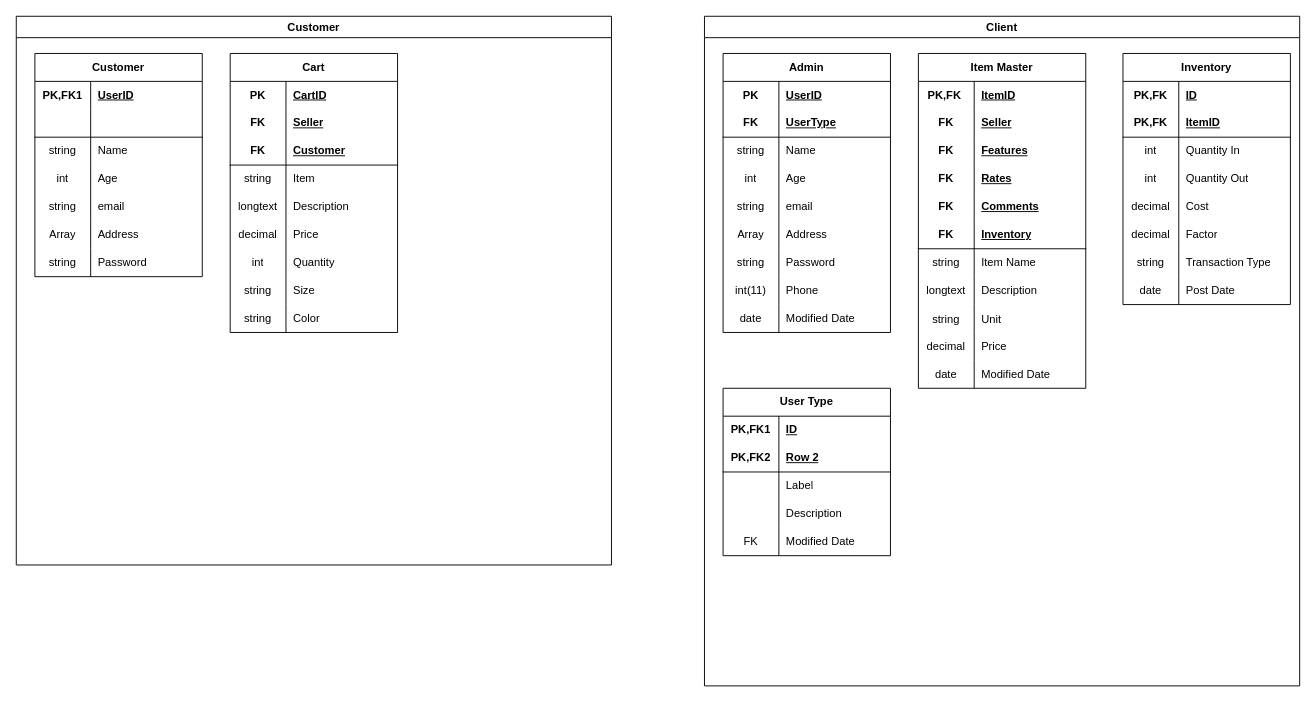
Above: Untitled Diagram.drawio in clydeaaron/ERD (draw.io), before the change. Source tidied: cells renumbered, new cells numbered last; positions are measured from the earlier drawing's top-left corner, leaving out a move shared by most shapes. Both pictures are drawn from the tidied source at 93%, with x=0, y=0 at pixel (16, 16).
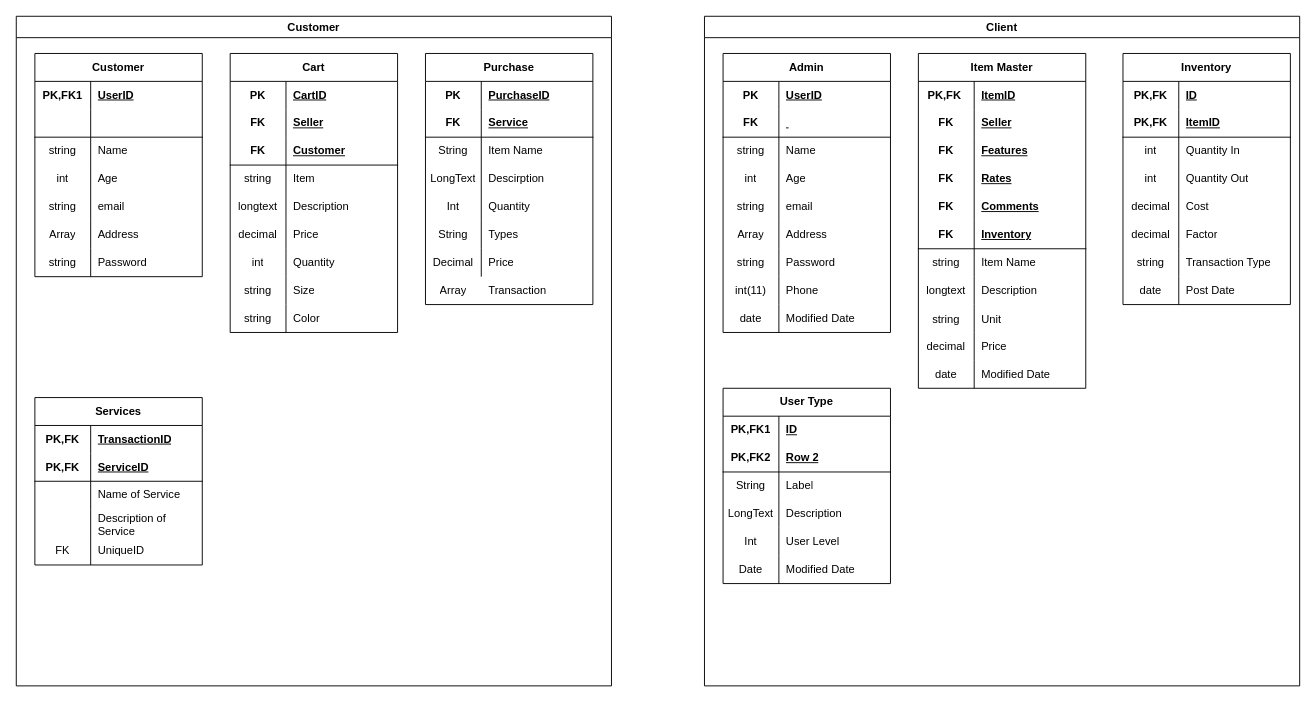
The same diagram, later.

The change refers to these unchanged cells:
```xml
<mxCell id="53" value="Client" style="swimlane;whiteSpace=wrap;html=1;fillColor=#FFFFFF;" parent="1" vertex="1">
  <mxGeometry x="740" width="640" height="720" as="geometry" />
</mxCell>
<mxCell id="58" style="shape=tableRow;horizontal=0;startSize=0;swimlaneHead=0;swimlaneBody=0;fillColor=none;top=0;left=0;right=0;bottom=1;html=1;" parent="54" vertex="1">
  <mxGeometry y="60" width="180" height="30" as="geometry" />
</mxCell>
<mxCell id="148" style="shape=tableRow;horizontal=0;startSize=0;swimlaneHead=0;swimlaneBody=0;fillColor=none;top=0;left=0;right=0;bottom=0;html=1;" parent="141" vertex="1">
  <mxGeometry y="90" width="180" height="30" as="geometry" />
</mxCell>
<mxCell id="151" style="shape=tableRow;horizontal=0;startSize=0;swimlaneHead=0;swimlaneBody=0;fillColor=none;top=0;left=0;right=0;bottom=0;html=1;" parent="141" vertex="1">
  <mxGeometry y="120" width="180" height="30" as="geometry" />
</mxCell>
```

Diff of the diagram source:
```diff
@@
     <mxCell id="2" value="Customer" style="swimlane;whiteSpace=wrap;html=1;fillColor=#FFFFFF;" parent="1" vertex="1">
-      <mxGeometry width="640" height="590" as="geometry" />
+      <mxGeometry width="640" height="720" as="geometry" />
     </mxCell>
@@
+    <mxCell id="157" value="Purchase" style="shape=table;startSize=30;childLayout=tableLayout;rowLines=0;fontStyle=1;align=center;html=1;whiteSpace=wrap;" parent="2" vertex="1">
+      <mxGeometry x="440" y="40" width="180" height="270" as="geometry" />
+    </mxCell>
+    <mxCell id="158" style="shape=tableRow;horizontal=0;startSize=0;swimlaneHead=0;swimlaneBody=0;fillColor=none;top=0;left=0;right=0;bottom=0;html=1;" parent="157" vertex="1">
+      <mxGeometry y="30" width="180" height="30" as="geometry" />
+    </mxCell>
+    <mxCell id="159" value="PK" style="shape=partialRectangle;fillColor=none;top=0;left=0;bottom=0;right=0;fontStyle=1;overflow=hidden;html=1;whiteSpace=wrap;" parent="158" vertex="1">
+      <mxGeometry width="60" height="30" as="geometry" />
+    </mxCell>
+    <mxCell id="160" value="PurchaseID" style="shape=partialRectangle;fillColor=none;top=0;left=0;bottom=0;right=0;align=left;spacingLeft=6;fontStyle=5;overflow=hidden;html=1;whiteSpace=wrap;" parent="158" vertex="1">
+      <mxGeometry x="60" width="120" height="30" as="geometry" />
+    </mxCell>
+    <mxCell id="161" style="shape=tableRow;horizontal=0;startSize=0;swimlaneHead=0;swimlaneBody=0;fillColor=none;top=0;left=0;right=0;bottom=1;html=1;" parent="157" vertex="1">
+      <mxGeometry y="60" width="180" height="30" as="geometry" />
+    </mxCell>
+    <mxCell id="162" value="FK" style="shape=partialRectangle;fillColor=none;top=0;left=0;bottom=0;right=0;fontStyle=1;overflow=hidden;html=1;whiteSpace=wrap;" parent="161" vertex="1">
+      <mxGeometry width="60" height="30" as="geometry" />
+    </mxCell>
+    <mxCell id="163" value="Service" style="shape=partialRectangle;fillColor=none;top=0;left=0;bottom=0;right=0;align=left;spacingLeft=6;fontStyle=5;overflow=hidden;html=1;whiteSpace=wrap;" parent="161" vertex="1">
+      <mxGeometry x="60" width="120" height="30" as="geometry" />
+    </mxCell>
+    <mxCell id="164" style="shape=tableRow;horizontal=0;startSize=0;swimlaneHead=0;swimlaneBody=0;fillColor=none;top=0;left=0;right=0;bottom=0;html=1;" parent="157" vertex="1">
+      <mxGeometry y="90" width="180" height="30" as="geometry" />
+    </mxCell>
+    <mxCell id="165" value="String" style="shape=partialRectangle;fillColor=none;top=0;left=0;bottom=0;right=0;overflow=hidden;html=1;whiteSpace=wrap;" parent="164" vertex="1">
+      <mxGeometry width="60" height="30" as="geometry" />
+    </mxCell>
+    <mxCell id="166" value="Item Name&lt;span style=&quot;white-space: pre;&quot;&gt;&#9;&lt;/span&gt;" style="shape=partialRectangle;fillColor=none;top=0;left=0;bottom=0;right=0;align=left;spacingLeft=6;overflow=hidden;html=1;whiteSpace=wrap;" parent="164" vertex="1">
+      <mxGeometry x="60" width="120" height="30" as="geometry" />
+    </mxCell>
+    <mxCell id="167" style="shape=tableRow;horizontal=0;startSize=0;swimlaneHead=0;swimlaneBody=0;fillColor=none;top=0;left=0;right=0;bottom=0;html=1;" parent="157" vertex="1">
+      <mxGeometry y="120" width="180" height="30" as="geometry" />
+    </mxCell>
+    <mxCell id="168" value="LongText" style="shape=partialRectangle;fillColor=none;top=0;left=0;bottom=0;right=0;overflow=hidden;html=1;whiteSpace=wrap;" parent="167" vertex="1">
+      <mxGeometry width="60" height="30" as="geometry" />
+    </mxCell>
+    <mxCell id="169" value="Descirption" style="shape=partialRectangle;fillColor=none;top=0;left=0;bottom=0;right=0;align=left;spacingLeft=6;overflow=hidden;html=1;whiteSpace=wrap;" parent="167" vertex="1">
+      <mxGeometry x="60" width="120" height="30" as="geometry" />
+    </mxCell>
+    <mxCell id="170" style="shape=tableRow;horizontal=0;startSize=0;swimlaneHead=0;swimlaneBody=0;fillColor=none;top=0;left=0;right=0;bottom=0;" parent="157" vertex="1">
+      <mxGeometry y="150" width="180" height="30" as="geometry" />
+    </mxCell>
+    <mxCell id="171" value="Int" style="shape=partialRectangle;fillColor=none;top=0;left=0;bottom=0;right=0;fontStyle=0;overflow=hidden;whiteSpace=wrap;html=1;" parent="170" vertex="1">
+      <mxGeometry width="60" height="30" as="geometry" />
+    </mxCell>
+    <mxCell id="172" value="Quantity" style="shape=partialRectangle;fillColor=none;top=0;left=0;bottom=0;right=0;align=left;spacingLeft=6;fontStyle=0;overflow=hidden;whiteSpace=wrap;html=1;" parent="170" vertex="1">
+      <mxGeometry x="60" width="120" height="30" as="geometry" />
+    </mxCell>
+    <mxCell id="173" style="shape=tableRow;horizontal=0;startSize=0;swimlaneHead=0;swimlaneBody=0;fillColor=none;top=0;left=0;right=0;bottom=0;" parent="157" vertex="1">
+      <mxGeometry y="180" width="180" height="30" as="geometry" />
+    </mxCell>
+    <mxCell id="174" value="String" style="shape=partialRectangle;fillColor=none;top=0;left=0;bottom=0;right=0;fontStyle=0;overflow=hidden;whiteSpace=wrap;html=1;" parent="173" vertex="1">
+      <mxGeometry width="60" height="30" as="geometry" />
+    </mxCell>
+    <mxCell id="175" value="Types" style="shape=partialRectangle;fillColor=none;top=0;left=0;bottom=0;right=0;align=left;spacingLeft=6;fontStyle=0;overflow=hidden;whiteSpace=wrap;html=1;" parent="173" vertex="1">
+      <mxGeometry x="60" width="120" height="30" as="geometry" />
+    </mxCell>
+    <mxCell id="176" style="shape=tableRow;horizontal=0;startSize=0;swimlaneHead=0;swimlaneBody=0;fillColor=none;top=0;left=0;right=0;bottom=0;" parent="157" vertex="1">
+      <mxGeometry y="210" width="180" height="30" as="geometry" />
+    </mxCell>
+    <mxCell id="177" value="Decimal" style="shape=partialRectangle;fillColor=none;top=0;left=0;bottom=0;right=0;fontStyle=0;overflow=hidden;whiteSpace=wrap;html=1;" parent="176" vertex="1">
+      <mxGeometry width="60" height="30" as="geometry" />
+    </mxCell>
+    <mxCell id="178" value="Price" style="shape=partialRectangle;fillColor=none;top=0;left=0;bottom=0;right=0;align=left;spacingLeft=6;fontStyle=0;overflow=hidden;whiteSpace=wrap;html=1;" parent="176" vertex="1">
+      <mxGeometry x="60" width="120" height="30" as="geometry" />
+    </mxCell>
+    <mxCell id="179" value="Services" style="shape=table;startSize=30;childLayout=tableLayout;rowLines=0;fontStyle=1;align=center;html=1;whiteSpace=wrap;" parent="2" vertex="1">
+      <mxGeometry x="20" y="410" width="180" height="180" as="geometry" />
+    </mxCell>
+    <mxCell id="180" style="shape=tableRow;horizontal=0;startSize=0;swimlaneHead=0;swimlaneBody=0;fillColor=none;top=0;left=0;right=0;bottom=0;html=1;" parent="179" vertex="1">
+      <mxGeometry y="30" width="180" height="30" as="geometry" />
+    </mxCell>
+    <mxCell id="181" value="PK,FK" style="shape=partialRectangle;fillColor=none;top=0;left=0;bottom=0;right=0;fontStyle=1;overflow=hidden;html=1;whiteSpace=wrap;" parent="180" vertex="1">
+      <mxGeometry width="60" height="30" as="geometry" />
+    </mxCell>
+    <mxCell id="182" value="TransactionID" style="shape=partialRectangle;fillColor=none;top=0;left=0;bottom=0;right=0;align=left;spacingLeft=6;fontStyle=5;overflow=hidden;html=1;whiteSpace=wrap;" parent="180" vertex="1">
+      <mxGeometry x="60" width="120" height="30" as="geometry" />
+    </mxCell>
+    <mxCell id="183" style="shape=tableRow;horizontal=0;startSize=0;swimlaneHead=0;swimlaneBody=0;fillColor=none;top=0;left=0;right=0;bottom=1;html=1;" parent="179" vertex="1">
+      <mxGeometry y="60" width="180" height="30" as="geometry" />
+    </mxCell>
+    <mxCell id="184" value="PK,FK" style="shape=partialRectangle;fillColor=none;top=0;left=0;bottom=0;right=0;fontStyle=1;overflow=hidden;html=1;whiteSpace=wrap;" parent="183" vertex="1">
+      <mxGeometry width="60" height="30" as="geometry" />
+    </mxCell>
+    <mxCell id="185" value="ServiceID" style="shape=partialRectangle;fillColor=none;top=0;left=0;bottom=0;right=0;align=left;spacingLeft=6;fontStyle=5;overflow=hidden;html=1;whiteSpace=wrap;" parent="183" vertex="1">
+      <mxGeometry x="60" width="120" height="30" as="geometry" />
+    </mxCell>
+    <mxCell id="186" style="shape=tableRow;horizontal=0;startSize=0;swimlaneHead=0;swimlaneBody=0;fillColor=none;top=0;left=0;right=0;bottom=0;html=1;" parent="179" vertex="1">
+      <mxGeometry y="90" width="180" height="30" as="geometry" />
+    </mxCell>
+    <mxCell id="187" style="shape=partialRectangle;fillColor=none;top=0;left=0;bottom=0;right=0;overflow=hidden;html=1;whiteSpace=wrap;" parent="186" vertex="1">
+      <mxGeometry width="60" height="30" as="geometry" />
+    </mxCell>
+    <mxCell id="188" value="Name of Service" style="shape=partialRectangle;fillColor=none;top=0;left=0;bottom=0;right=0;align=left;spacingLeft=6;overflow=hidden;html=1;whiteSpace=wrap;" parent="186" vertex="1">
+      <mxGeometry x="60" width="120" height="30" as="geometry" />
+    </mxCell>
+    <mxCell id="189" style="shape=tableRow;horizontal=0;startSize=0;swimlaneHead=0;swimlaneBody=0;fillColor=none;top=0;left=0;right=0;bottom=0;html=1;" parent="179" vertex="1">
+      <mxGeometry y="120" width="180" height="30" as="geometry" />
+    </mxCell>
+    <mxCell id="190" style="shape=partialRectangle;fillColor=none;top=0;left=0;bottom=0;right=0;overflow=hidden;html=1;whiteSpace=wrap;" parent="189" vertex="1">
+      <mxGeometry width="60" height="30" as="geometry" />
+    </mxCell>
+    <mxCell id="191" value="Description of Service" style="shape=partialRectangle;fillColor=none;top=0;left=0;bottom=0;right=0;align=left;spacingLeft=6;overflow=hidden;html=1;whiteSpace=wrap;" parent="189" vertex="1">
+      <mxGeometry x="60" width="120" height="30" as="geometry" />
+    </mxCell>
+    <mxCell id="192" style="shape=tableRow;horizontal=0;startSize=0;swimlaneHead=0;swimlaneBody=0;fillColor=none;top=0;left=0;right=0;bottom=0;" parent="179" vertex="1">
+      <mxGeometry y="150" width="180" height="30" as="geometry" />
+    </mxCell>
+    <mxCell id="193" value="FK" style="shape=partialRectangle;fillColor=none;top=0;left=0;bottom=0;right=0;fontStyle=0;overflow=hidden;whiteSpace=wrap;html=1;" parent="192" vertex="1">
+      <mxGeometry width="60" height="30" as="geometry" />
+    </mxCell>
+    <mxCell id="194" value="UniqueID" style="shape=partialRectangle;fillColor=none;top=0;left=0;bottom=0;right=0;align=left;spacingLeft=6;fontStyle=0;overflow=hidden;whiteSpace=wrap;html=1;" parent="192" vertex="1">
+      <mxGeometry x="60" width="120" height="30" as="geometry" />
+    </mxCell>
@@
-    <mxCell id="60" value="UserType" style="shape=partialRectangle;fillColor=none;top=0;left=0;bottom=0;right=0;align=left;spacingLeft=6;fontStyle=5;overflow=hidden;html=1;whiteSpace=wrap;" parent="58" vertex="1">
+    <mxCell id="60" value="&amp;nbsp;" style="shape=partialRectangle;fillColor=none;top=0;left=0;bottom=0;right=0;align=left;spacingLeft=6;fontStyle=5;overflow=hidden;html=1;whiteSpace=wrap;" parent="58" vertex="1">
       <mxGeometry x="60" width="120" height="30" as="geometry" />
     </mxCell>
@@
     <mxCell id="141" value="User Type" style="shape=table;startSize=30;childLayout=tableLayout;rowLines=0;fontStyle=1;align=center;html=1;whiteSpace=wrap;" parent="53" vertex="1">
-      <mxGeometry x="20" y="400" width="180" height="180" as="geometry" />
+      <mxGeometry x="20" y="400" width="180" height="210" as="geometry" />
     </mxCell>
@@
-    <mxCell id="149" style="shape=partialRectangle;fillColor=none;top=0;left=0;bottom=0;right=0;overflow=hidden;html=1;whiteSpace=wrap;" parent="148" vertex="1">
+    <mxCell id="149" value="String" style="shape=partialRectangle;fillColor=none;top=0;left=0;bottom=0;right=0;overflow=hidden;html=1;whiteSpace=wrap;" parent="148" vertex="1">
       <mxGeometry width="60" height="30" as="geometry" />
     </mxCell>
@@
-    <mxCell id="152" style="shape=partialRectangle;fillColor=none;top=0;left=0;bottom=0;right=0;overflow=hidden;html=1;whiteSpace=wrap;" parent="151" vertex="1">
+    <mxCell id="152" value="LongText" style="shape=partialRectangle;fillColor=none;top=0;left=0;bottom=0;right=0;overflow=hidden;html=1;whiteSpace=wrap;" parent="151" vertex="1">
       <mxGeometry width="60" height="30" as="geometry" />
     </mxCell>
@@
+    <mxCell id="195" style="shape=tableRow;horizontal=0;startSize=0;swimlaneHead=0;swimlaneBody=0;fillColor=none;top=0;left=0;right=0;bottom=0;" parent="141" vertex="1">
+      <mxGeometry y="150" width="180" height="30" as="geometry" />
+    </mxCell>
+    <mxCell id="196" value="Int" style="shape=partialRectangle;fillColor=none;top=0;left=0;bottom=0;right=0;fontStyle=0;overflow=hidden;whiteSpace=wrap;html=1;" parent="195" vertex="1">
+      <mxGeometry width="60" height="30" as="geometry" />
+    </mxCell>
+    <mxCell id="197" value="User Level&amp;nbsp;" style="shape=partialRectangle;fillColor=none;top=0;left=0;bottom=0;right=0;align=left;spacingLeft=6;fontStyle=0;overflow=hidden;whiteSpace=wrap;html=1;" parent="195" vertex="1">
+      <mxGeometry x="60" width="120" height="30" as="geometry" />
+    </mxCell>
     <mxCell id="154" style="shape=tableRow;horizontal=0;startSize=0;swimlaneHead=0;swimlaneBody=0;fillColor=none;top=0;left=0;right=0;bottom=0;" parent="141" vertex="1">
-      <mxGeometry y="150" width="180" height="30" as="geometry" />
+      <mxGeometry y="180" width="180" height="30" as="geometry" />
     </mxCell>
-    <mxCell id="155" value="FK" style="shape=partialRectangle;fillColor=none;top=0;left=0;bottom=0;right=0;fontStyle=0;overflow=hidden;whiteSpace=wrap;html=1;" parent="154" vertex="1">
+    <mxCell id="155" value="Date" style="shape=partialRectangle;fillColor=none;top=0;left=0;bottom=0;right=0;fontStyle=0;overflow=hidden;whiteSpace=wrap;html=1;" parent="154" vertex="1">
       <mxGeometry width="60" height="30" as="geometry" />
     </mxCell>
@@
+    <mxCell id="198" style="shape=tableRow;horizontal=0;startSize=0;swimlaneHead=0;swimlaneBody=0;fillColor=none;top=0;left=0;right=0;bottom=0;" parent="1" vertex="1">
+      <mxGeometry x="440" y="280" width="180" height="30" as="geometry" />
+    </mxCell>
+    <mxCell id="199" value="Array" style="shape=partialRectangle;fillColor=none;top=0;left=0;bottom=0;right=0;fontStyle=0;overflow=hidden;whiteSpace=wrap;html=1;" parent="198" vertex="1">
+      <mxGeometry width="60" height="30" as="geometry" />
+    </mxCell>
+    <mxCell id="200" value="Transaction" style="shape=partialRectangle;fillColor=none;top=0;left=0;bottom=0;right=0;align=left;spacingLeft=6;fontStyle=0;overflow=hidden;whiteSpace=wrap;html=1;" parent="198" vertex="1">
+      <mxGeometry x="60" width="120" height="30" as="geometry" />
+    </mxCell>
```
